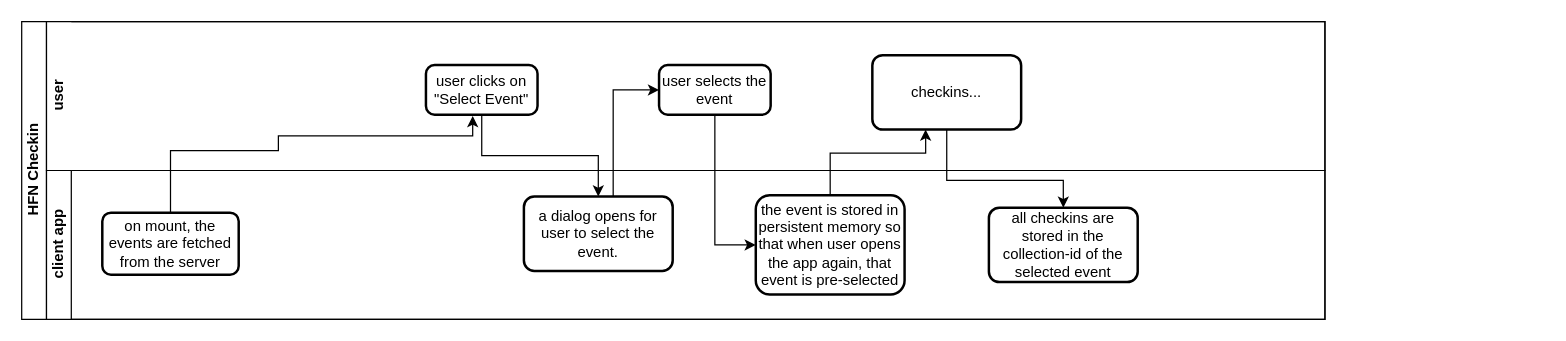
Before: hfn-checkin-dynamic-config.drawio in appsparkler/draw.io, a draw.io diagram. Source tidied: cells renumbered, new cells numbered last; positions are measured from the earlier drawing's top-left corner, leaving out a move shared by most shapes. Both pictures are drawn from the tidied source at 124%, with x=0, y=0 at pixel (21, 21).
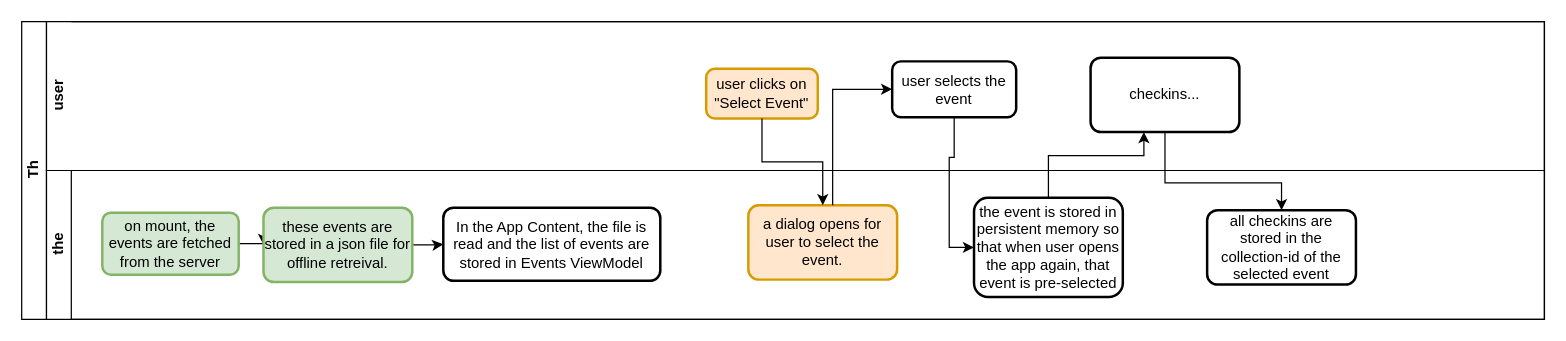
Above is the later version.

The edit, as a diff of the source:
```diff
@@
-    <mxCell id="2" value="HFN Checkin" style="swimlane;horizontal=0;startSize=20;html=1;" parent="1" vertex="1">
-      <mxGeometry width="1051" height="240" as="geometry" />
+    <mxCell id="2" value="Th" style="swimlane;horizontal=0;startSize=20;html=1;" parent="1" vertex="1">
+      <mxGeometry width="1228" height="240" as="geometry" />
     </mxCell>
     <mxCell id="3" value="&lt;div&gt;user&lt;/div&gt;" style="swimlane;startSize=20;horizontal=0;html=1;glass=0;swimlaneLine=0;rounded=0;arcSize=0;shadow=0;" parent="2" vertex="1">
-      <mxGeometry x="20" width="1031" height="120" as="geometry" />
+      <mxGeometry x="20" width="1208" height="120" as="geometry" />
     </mxCell>
-    <mxCell id="4" value="client app" style="swimlane;startSize=20;horizontal=0;html=1;" parent="2" vertex="1">
-      <mxGeometry x="20" y="120" width="1031" height="120" as="geometry" />
+    <mxCell id="4" value="the" style="swimlane;startSize=20;horizontal=0;html=1;" parent="2" vertex="1">
+      <mxGeometry x="20" y="120" width="1208" height="120" as="geometry" />
     </mxCell>
+    <mxCell id="18" style="edgeStyle=orthogonalEdgeStyle;rounded=0;jettySize=auto;html=1;" parent="4" edge="1" source="8" target="20">
+      <mxGeometry relative="1" as="geometry" />
+    </mxCell>
+    <mxCell id="8" value="on mount, the events are fetched from the server" style="rounded=1;whiteSpace=wrap;html=1;absoluteArcSize=1;arcSize=14;strokeWidth=2;fillColor=#d5e8d4;strokeColor=#82b366;" parent="4" vertex="1">
+      <mxGeometry x="45" y="34" width="110" height="50" as="geometry" />
+    </mxCell>
+    <mxCell id="19" style="edgeStyle=orthogonalEdgeStyle;rounded=0;jettySize=auto;html=1;" parent="4" edge="1" source="20" target="21">
+      <mxGeometry relative="1" as="geometry" />
+    </mxCell>
+    <mxCell id="20" value="these events are stored in a json file for offline retreival." style="whiteSpace=wrap;html=1;rounded=1;arcSize=14;strokeWidth=2;fillColor=#d5e8d4;strokeColor=#82b366;" parent="4" vertex="1">
+      <mxGeometry x="175" y="30" width="120" height="60" as="geometry" />
+    </mxCell>
+    <mxCell id="21" value="In the App Content, the file is read and the list of events are stored in Events ViewModel" style="whiteSpace=wrap;html=1;rounded=1;arcSize=14;strokeWidth=2;" parent="4" vertex="1">
+      <mxGeometry x="320" y="30" width="175" height="59" as="geometry" />
+    </mxCell>
+    <mxCell id="6" value="user selects the event" style="rounded=1;whiteSpace=wrap;html=1;absoluteArcSize=1;arcSize=14;strokeWidth=2;" parent="4" vertex="1">
+      <mxGeometry x="682" y="-88" width="100" height="45" as="geometry" />
+    </mxCell>
-    <mxCell id="5" value="user clicks on &quot;Select Event&quot;" style="rounded=1;whiteSpace=wrap;html=1;absoluteArcSize=1;arcSize=14;strokeWidth=2;" parent="4" vertex="1">
-      <mxGeometry x="306" y="-85" width="90" height="40" as="geometry" />
+    <mxCell id="5" value="user clicks on &quot;Select Event&quot;" style="rounded=1;whiteSpace=wrap;html=1;absoluteArcSize=1;arcSize=14;strokeWidth=2;fillColor=#ffe6cc;strokeColor=#d79b00;" parent="4" vertex="1">
+      <mxGeometry x="532" y="-82" width="90" height="40" as="geometry" />
     </mxCell>
-    <mxCell id="6" value="user selects the event" style="rounded=1;whiteSpace=wrap;html=1;absoluteArcSize=1;arcSize=14;strokeWidth=2;" parent="4" vertex="1">
-      <mxGeometry x="494" y="-85" width="90" height="40" as="geometry" />
-    </mxCell>
     <mxCell id="7" value="checkins..." style="whiteSpace=wrap;html=1;rounded=1;arcSize=14;strokeWidth=2;" parent="4" vertex="1">
-      <mxGeometry x="666" y="-93" width="120" height="60" as="geometry" />
+      <mxGeometry x="842" y="-91" width="120" height="60" as="geometry" />
     </mxCell>
-    <mxCell id="8" value="on mount, the events are fetched from the server" style="rounded=1;whiteSpace=wrap;html=1;absoluteArcSize=1;arcSize=14;strokeWidth=2;" parent="4" vertex="1">
-      <mxGeometry x="45" y="34" width="110" height="50" as="geometry" />
-    </mxCell>
-    <mxCell id="9" value="a dialog opens for user to select the event." style="whiteSpace=wrap;html=1;rounded=1;arcSize=14;strokeWidth=2;" parent="4" vertex="1">
-      <mxGeometry x="385" y="21" width="120" height="60" as="geometry" />
+    <mxCell id="9" value="a dialog opens for user to select the event." style="whiteSpace=wrap;html=1;rounded=1;arcSize=14;strokeWidth=2;fillColor=#ffe6cc;strokeColor=#d79b00;" parent="4" vertex="1">
+      <mxGeometry x="566" y="28" width="120" height="60" as="geometry" />
     </mxCell>
     <mxCell id="10" value="the event is stored in persistent memory so that when user opens the app again, that event is pre-selected" style="whiteSpace=wrap;html=1;rounded=1;arcSize=14;strokeWidth=2;" parent="4" vertex="1">
-      <mxGeometry x="572" y="20" width="120" height="80" as="geometry" />
+      <mxGeometry x="748" y="22" width="120" height="80" as="geometry" />
     </mxCell>
     <mxCell id="11" value="all checkins are stored in the collection-id of the selected event" style="whiteSpace=wrap;html=1;rounded=1;arcSize=14;strokeWidth=2;" parent="4" vertex="1">
-      <mxGeometry x="760" y="30" width="120" height="60" as="geometry" />
+      <mxGeometry x="936" y="32" width="120" height="60" as="geometry" />
     </mxCell>
-    <mxCell id="12" style="edgeStyle=orthogonalEdgeStyle;rounded=0;jettySize=auto;html=1;entryX=0.419;entryY=1.026;entryDx=0;entryDy=0;entryPerimeter=0;" parent="4" edge="1" source="8" target="5">
-      <mxGeometry relative="1" as="geometry">
-        <Array as="points">
-          <mxPoint x="100" y="-16" />
-          <mxPoint x="187" y="-16" />
-          <mxPoint x="187" y="-28" />
-          <mxPoint x="344" y="-28" />
-        </Array>
-      </mxGeometry>
-    </mxCell>
-    <mxCell id="13" style="edgeStyle=orthogonalEdgeStyle;rounded=0;jettySize=auto;html=1;" parent="4" edge="1" source="5" target="9">
-      <mxGeometry relative="1" as="geometry" />
-    </mxCell>
+    <mxCell id="16" style="edgeStyle=orthogonalEdgeStyle;rounded=0;jettySize=auto;html=1;" parent="4" edge="1" source="10" target="7">
+      <mxGeometry relative="1" as="geometry">
+        <Array as="points">
+          <mxPoint x="808" y="-12" />
+          <mxPoint x="885" y="-12" />
+        </Array>
+      </mxGeometry>
+    </mxCell>
+    <mxCell id="17" style="edgeStyle=orthogonalEdgeStyle;rounded=0;jettySize=auto;html=1;entryX=0.5;entryY=0;entryDx=0;entryDy=0;" parent="4" edge="1" source="7" target="11">
+      <mxGeometry relative="1" as="geometry">
+        <Array as="points">
+          <mxPoint x="902" y="10" />
+          <mxPoint x="996" y="10" />
+        </Array>
+      </mxGeometry>
+    </mxCell>
     <mxCell id="14" style="edgeStyle=orthogonalEdgeStyle;rounded=0;jettySize=auto;html=1;entryX=0;entryY=0.5;entryDx=0;entryDy=0;" parent="4" edge="1" source="9" target="6">
       <mxGeometry relative="1" as="geometry">
         <Array as="points">
-          <mxPoint x="457" y="-65" />
+          <mxPoint x="634" y="-65" />
         </Array>
       </mxGeometry>
     </mxCell>
@@
-    <mxCell id="16" style="edgeStyle=orthogonalEdgeStyle;rounded=0;jettySize=auto;html=1;" parent="4" edge="1" source="10" target="7">
-      <mxGeometry relative="1" as="geometry">
-        <Array as="points">
-          <mxPoint x="632" y="-14" />
-          <mxPoint x="709" y="-14" />
-        </Array>
-      </mxGeometry>
-    </mxCell>
-    <mxCell id="17" style="edgeStyle=orthogonalEdgeStyle;rounded=0;jettySize=auto;html=1;entryX=0.5;entryY=0;entryDx=0;entryDy=0;" parent="4" edge="1" source="7" target="11">
-      <mxGeometry relative="1" as="geometry">
-        <Array as="points">
-          <mxPoint x="726" y="8" />
-          <mxPoint x="820" y="8" />
-        </Array>
-      </mxGeometry>
-    </mxCell>
+    <mxCell id="13" style="edgeStyle=orthogonalEdgeStyle;rounded=0;jettySize=auto;html=1;" parent="4" edge="1" source="5" target="9">
+      <mxGeometry relative="1" as="geometry" />
+    </mxCell>
```
